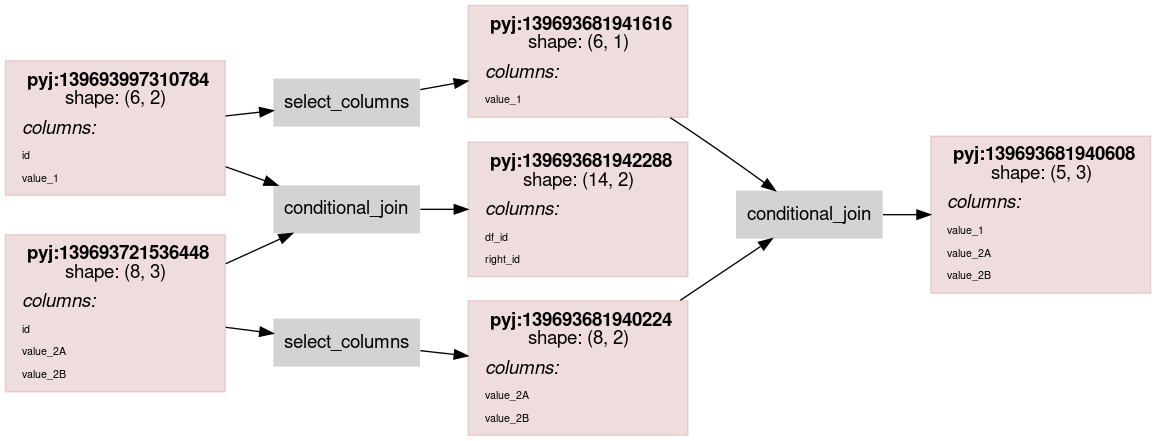
Above: scripts/rdflog/conditional_join.ttl.dot.png in asmirnov69/pyjviz-poc (Graphviz), before the change. Its source is kept beside it as scripts/rdflog/conditional_join.ttl.dot. Source of this version:
```dot
    digraph G {
    rankdir = "LR"
    fontname="Helvetica,Arial,sans-serif"
    node [
      style=filled
      shape=rect
      pencolor="#00000044" // frames color
      fontname="Helvetica,Arial,sans-serif"
      shape=plaintext
    ]
    edge [fontname="Helvetica,Arial,sans-serif"]

node0_0 [
                color="#88000022"
                shape = rect
                label = <<table border="0" cellborder="0" cellspacing="0" cellpadding="4">
                         <tr> <td> <b>pyj:139693997310784</b><br/>shape: (6, 2)</td> </tr>
                         <tr> <td align="left"><i>columns:</i><br align="left"/></td></tr>
                <tr><td align="left"><FONT POINT-SIZE="8px">id</FONT></td></tr>
<tr><td align="left"><FONT POINT-SIZE="8px">value_1</FONT></td></tr>
                         </table>>
                ];
node0_1 [
                color="#88000022"
                shape = rect
                label = <<table border="0" cellborder="0" cellspacing="0" cellpadding="4">
                         <tr> <td> <b>pyj:139693681942288</b><br/>shape: (14, 2)</td> </tr>
                         <tr> <td align="left"><i>columns:</i><br align="left"/></td></tr>
                <tr><td align="left"><FONT POINT-SIZE="8px">df_id</FONT></td></tr>
<tr><td align="left"><FONT POINT-SIZE="8px">right_id</FONT></td></tr>
                         </table>>
                ];
node0_2 [
                color="#88000022"
                shape = rect
                label = <<table border="0" cellborder="0" cellspacing="0" cellpadding="4">
                         <tr> <td> <b>pyj:139693721536448</b><br/>shape: (8, 3)</td> </tr>
                         <tr> <td align="left"><i>columns:</i><br align="left"/></td></tr>
                <tr><td align="left"><FONT POINT-SIZE="8px">id</FONT></td></tr>
<tr><td align="left"><FONT POINT-SIZE="8px">value_2A</FONT></td></tr>
<tr><td align="left"><FONT POINT-SIZE="8px">value_2B</FONT></td></tr>
                         </table>>
                ];
node0_3 [
                color="#88000022"
                shape = rect
                label = <<table border="0" cellborder="0" cellspacing="0" cellpadding="4">
                         <tr> <td> <b>pyj:139693681941616</b><br/>shape: (6, 1)</td> </tr>
                         <tr> <td align="left"><i>columns:</i><br align="left"/></td></tr>
                <tr><td align="left"><FONT POINT-SIZE="8px">value_1</FONT></td></tr>
                         </table>>
                ];
node0_4 [
                color="#88000022"
                shape = rect
                label = <<table border="0" cellborder="0" cellspacing="0" cellpadding="4">
                         <tr> <td> <b>pyj:139693681940224</b><br/>shape: (8, 2)</td> </tr>
                         <tr> <td align="left"><i>columns:</i><br align="left"/></td></tr>
                <tr><td align="left"><FONT POINT-SIZE="8px">value_2A</FONT></td></tr>
<tr><td align="left"><FONT POINT-SIZE="8px">value_2B</FONT></td></tr>
                         </table>>
                ];
node0_5 [
                color="#88000022"
                shape = rect
                label = <<table border="0" cellborder="0" cellspacing="0" cellpadding="4">
                         <tr> <td> <b>pyj:139693681940608</b><br/>shape: (5, 3)</td> </tr>
                         <tr> <td align="left"><i>columns:</i><br align="left"/></td></tr>
                <tr><td align="left"><FONT POINT-SIZE="8px">value_1</FONT></td></tr>
<tr><td align="left"><FONT POINT-SIZE="8px">value_2A</FONT></td></tr>
<tr><td align="left"><FONT POINT-SIZE="8px">value_2B</FONT></td></tr>
                         </table>>
                ];
node0_6 [ label = "conditional_join" ];
node0_7 [ label = "select_columns" ];
node0_8 [ label = "select_columns" ];
node0_9 [ label = "conditional_join" ];
node0_0 -> node0_6;
node0_0 -> node0_7;
node0_2 -> node0_6;
node0_2 -> node0_8;
node0_3 -> node0_9;
node0_4 -> node0_9;
node0_6 -> node0_1;
node0_7 -> node0_3;
node0_8 -> node0_4;
node0_9 -> node0_5;
}
```
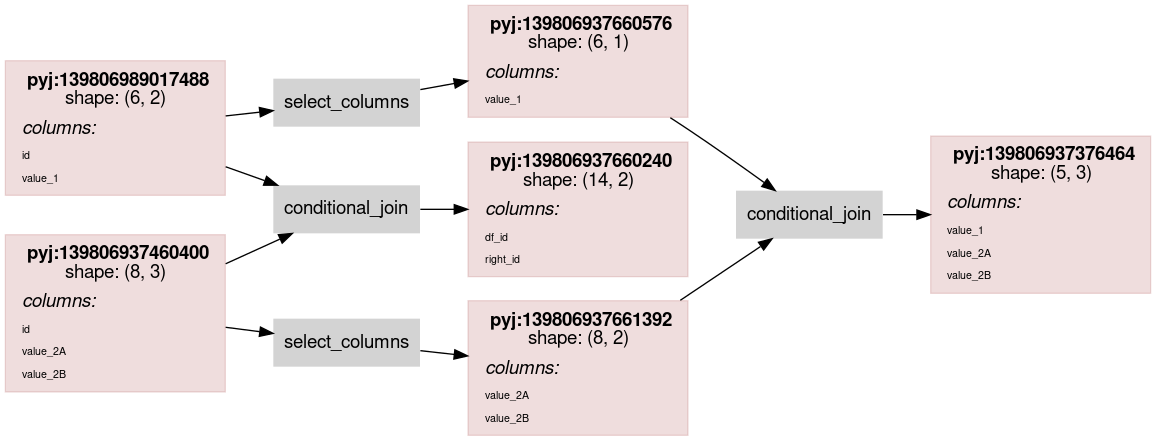
After the change.

Diff of the diagram source:
```diff
@@ -14,7 +14,7 @@
                 color="#88000022"
                 shape = rect
                 label = <<table border="0" cellborder="0" cellspacing="0" cellpadding="4">
-                         <tr> <td> <b>pyj:139693997310784</b><br/>shape: (6, 2)</td> </tr>
+                         <tr> <td> <b>pyj:139806989017488</b><br/>shape: (6, 2)</td> </tr>
                          <tr> <td align="left"><i>columns:</i><br align="left"/></td></tr>
                 <tr><td align="left"><FONT POINT-SIZE="8px">id</FONT></td></tr>
 <tr><td align="left"><FONT POINT-SIZE="8px">value_1</FONT></td></tr>
@@ -24,7 +24,7 @@
                 color="#88000022"
                 shape = rect
                 label = <<table border="0" cellborder="0" cellspacing="0" cellpadding="4">
-                         <tr> <td> <b>pyj:139693681942288</b><br/>shape: (14, 2)</td> </tr>
+                         <tr> <td> <b>pyj:139806937660240</b><br/>shape: (14, 2)</td> </tr>
                          <tr> <td align="left"><i>columns:</i><br align="left"/></td></tr>
                 <tr><td align="left"><FONT POINT-SIZE="8px">df_id</FONT></td></tr>
 <tr><td align="left"><FONT POINT-SIZE="8px">right_id</FONT></td></tr>
@@ -34,7 +34,7 @@
                 color="#88000022"
                 shape = rect
                 label = <<table border="0" cellborder="0" cellspacing="0" cellpadding="4">
-                         <tr> <td> <b>pyj:139693721536448</b><br/>shape: (8, 3)</td> </tr>
+                         <tr> <td> <b>pyj:139806937460400</b><br/>shape: (8, 3)</td> </tr>
                          <tr> <td align="left"><i>columns:</i><br align="left"/></td></tr>
                 <tr><td align="left"><FONT POINT-SIZE="8px">id</FONT></td></tr>
 <tr><td align="left"><FONT POINT-SIZE="8px">value_2A</FONT></td></tr>
@@ -45,7 +45,7 @@
                 color="#88000022"
                 shape = rect
                 label = <<table border="0" cellborder="0" cellspacing="0" cellpadding="4">
-                         <tr> <td> <b>pyj:139693681941616</b><br/>shape: (6, 1)</td> </tr>
+                         <tr> <td> <b>pyj:139806937660576</b><br/>shape: (6, 1)</td> </tr>
                          <tr> <td align="left"><i>columns:</i><br align="left"/></td></tr>
                 <tr><td align="left"><FONT POINT-SIZE="8px">value_1</FONT></td></tr>
                          </table>>
@@ -54,7 +54,7 @@
                 color="#88000022"
                 shape = rect
                 label = <<table border="0" cellborder="0" cellspacing="0" cellpadding="4">
-                         <tr> <td> <b>pyj:139693681940224</b><br/>shape: (8, 2)</td> </tr>
+                         <tr> <td> <b>pyj:139806937661392</b><br/>shape: (8, 2)</td> </tr>
                          <tr> <td align="left"><i>columns:</i><br align="left"/></td></tr>
                 <tr><td align="left"><FONT POINT-SIZE="8px">value_2A</FONT></td></tr>
 <tr><td align="left"><FONT POINT-SIZE="8px">value_2B</FONT></td></tr>
@@ -64,7 +64,7 @@
                 color="#88000022"
                 shape = rect
                 label = <<table border="0" cellborder="0" cellspacing="0" cellpadding="4">
-                         <tr> <td> <b>pyj:139693681940608</b><br/>shape: (5, 3)</td> </tr>
+                         <tr> <td> <b>pyj:139806937376464</b><br/>shape: (5, 3)</td> </tr>
                          <tr> <td align="left"><i>columns:</i><br align="left"/></td></tr>
                 <tr><td align="left"><FONT POINT-SIZE="8px">value_1</FONT></td></tr>
 <tr><td align="left"><FONT POINT-SIZE="8px">value_2A</FONT></td></tr>
```
